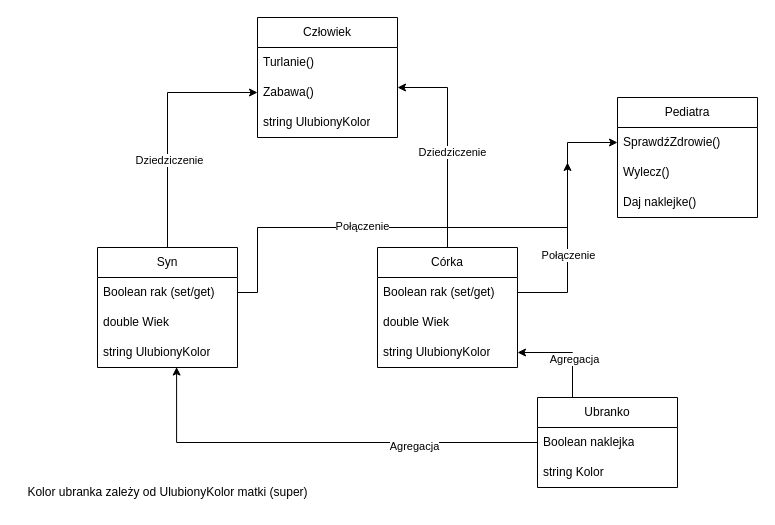
JanMaciuk/PSiO_Lab_4 keeps this draw.io diagram as PSiO lab 4 - diagram.drawio. Above is the earlier version. Source tidied: cells renumbered, new cells numbered last; positions are measured from the earlier drawing's top-left corner, leaving out a move shared by most shapes. Both pictures are drawn from the tidied source at 100%, with x=0, y=0 at pixel (17, 17).
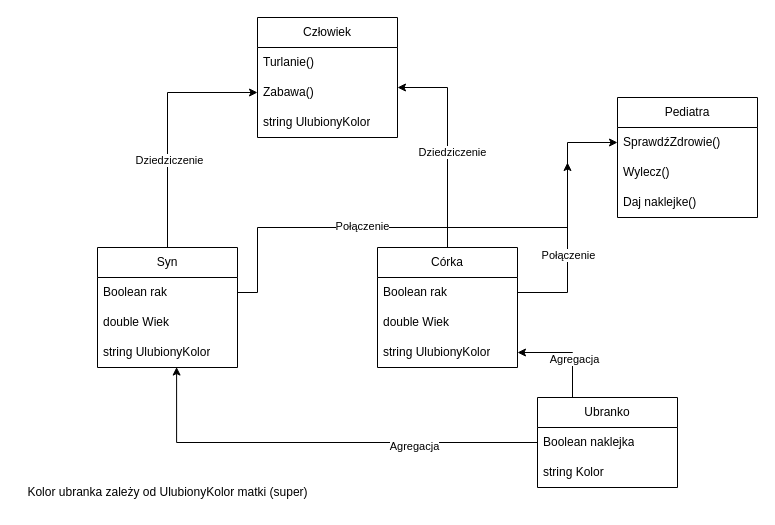
After the change.

Unchanged cells that the change refers to:
```xml
<mxCell id="8" value="Syn" style="swimlane;fontStyle=0;horizontal=1;startSize=30;whiteSpace=wrap;html=1;" parent="1" vertex="1">
  <mxGeometry x="80" y="230" width="140" height="120" as="geometry" />
</mxCell>
<mxCell id="14" value="Córka" style="swimlane;fontStyle=0;horizontal=1;startSize=30;whiteSpace=wrap;html=1;" parent="1" vertex="1">
  <mxGeometry x="360" y="230" width="140" height="120" as="geometry" />
</mxCell>
```

Diff of the diagram source:
```diff
@@
-    <mxCell id="9" value="Boolean rak (set/get)" style="text;strokeColor=none;fillColor=none;align=left;verticalAlign=middle;spacingLeft=4;spacingRight=4;overflow=hidden;points=[[0,0.5],[1,0.5]];portConstraint=eastwest;whiteSpace=wrap;html=1;" parent="8" vertex="1">
+    <mxCell id="9" value="Boolean rak" style="text;strokeColor=none;fillColor=none;align=left;verticalAlign=middle;spacingLeft=4;spacingRight=4;overflow=hidden;points=[[0,0.5],[1,0.5]];portConstraint=eastwest;whiteSpace=wrap;html=1;" parent="8" vertex="1">
       <mxGeometry y="30" width="140" height="30" as="geometry" />
     </mxCell>
@@
-    <mxCell id="15" value="Boolean rak (set/get)" style="text;strokeColor=none;fillColor=none;align=left;verticalAlign=middle;spacingLeft=4;spacingRight=4;overflow=hidden;points=[[0,0.5],[1,0.5]];portConstraint=eastwest;whiteSpace=wrap;html=1;" parent="14" vertex="1">
+    <mxCell id="15" value="Boolean rak" style="text;strokeColor=none;fillColor=none;align=left;verticalAlign=middle;spacingLeft=4;spacingRight=4;overflow=hidden;points=[[0,0.5],[1,0.5]];portConstraint=eastwest;whiteSpace=wrap;html=1;" parent="14" vertex="1">
       <mxGeometry y="30" width="140" height="30" as="geometry" />
     </mxCell>
```
